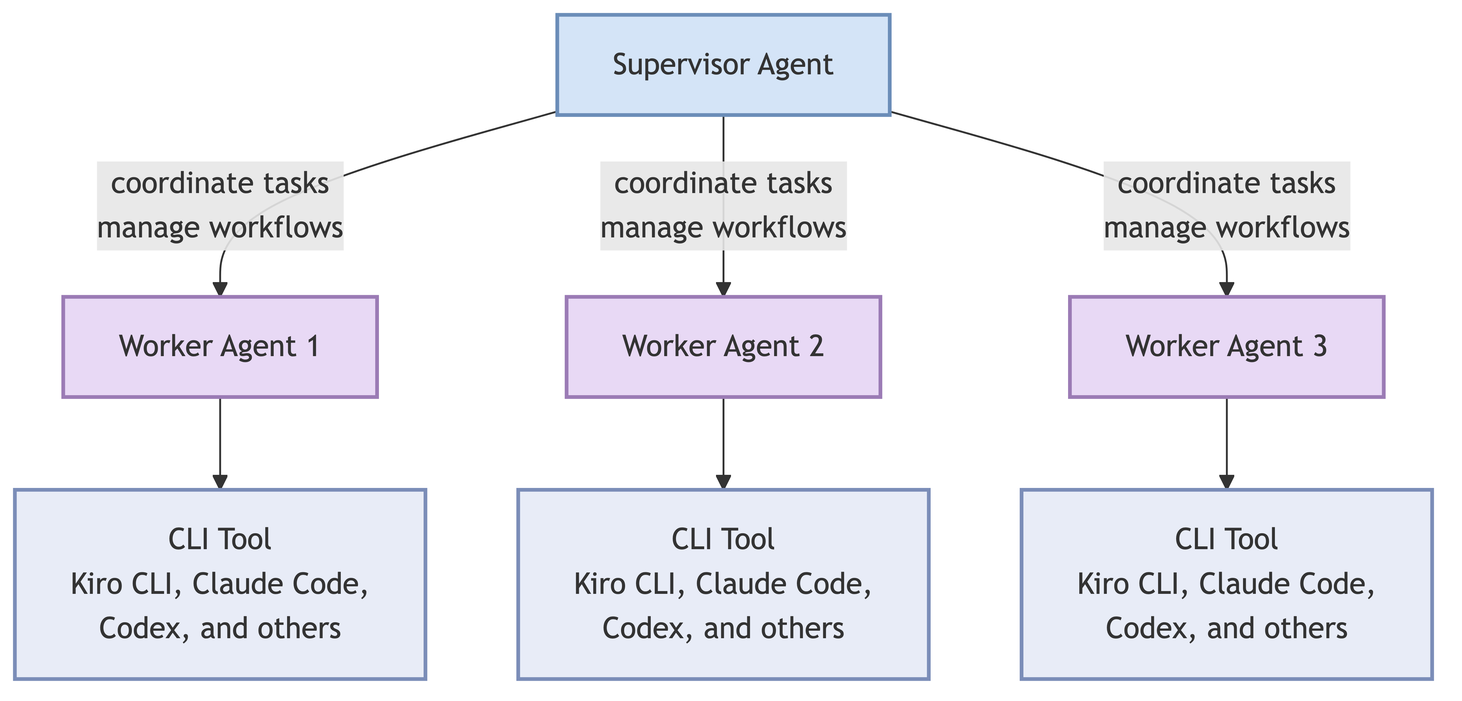
This is docs/assets/cao_architecture.png from awslabs/cli-agent-orchestrator, a Mermaid export, as it was before one commit. Its source is kept beside it as docs/assets/cao_architecture.mmd. Source of this version:
```mermaid
graph TD
    A[Supervisor Agent]

    A -->|coordinate tasks<br/>manage workflows| B[Worker Agent 1]
    A -->|coordinate tasks<br/>manage workflows| C[Worker Agent 2]
    A -->|coordinate tasks<br/>manage workflows| D[Worker Agent 3]

    B --> E[CLI Tool<br/>Kiro CLI, Claude Code,<br/>Codex, and others]
    C --> F[CLI Tool<br/>Kiro CLI, Claude Code,<br/>Codex, and others]
    D --> G[CLI Tool<br/>Kiro CLI, Claude Code,<br/>Codex, and others]

    style A fill:#d4e4f7,stroke:#6b8db8,stroke-width:2px
    style B fill:#e8d9f5,stroke:#9b7bb5,stroke-width:2px
    style C fill:#e8d9f5,stroke:#9b7bb5,stroke-width:2px
    style D fill:#e8d9f5,stroke:#9b7bb5,stroke-width:2px
    style E fill:#e8ecf7,stroke:#7b8db8,stroke-width:2px
    style F fill:#e8ecf7,stroke:#7b8db8,stroke-width:2px
    style G fill:#e8ecf7,stroke:#7b8db8,stroke-width:2px
```
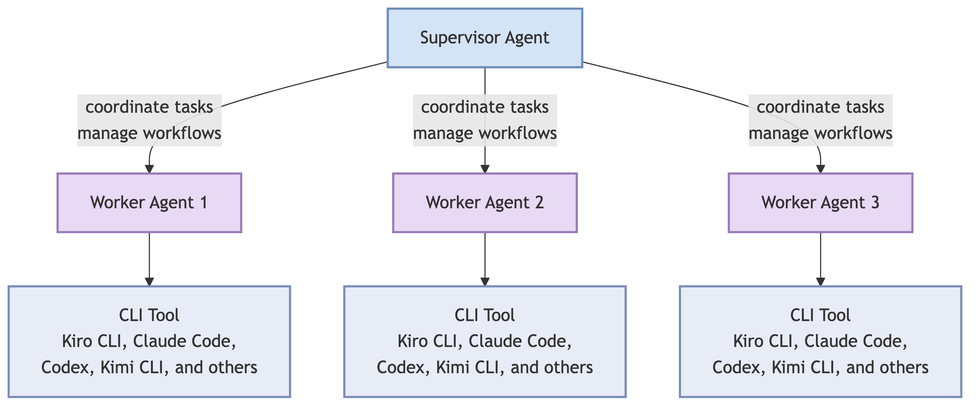
After the change.

The edit, as a diff of the source:
```diff
@@ -5,9 +5,9 @@
     A -->|coordinate tasks<br/>manage workflows| C[Worker Agent 2]
     A -->|coordinate tasks<br/>manage workflows| D[Worker Agent 3]
 
-    B --> E[CLI Tool<br/>Kiro CLI, Claude Code,<br/>Codex, and others]
-    C --> F[CLI Tool<br/>Kiro CLI, Claude Code,<br/>Codex, and others]
-    D --> G[CLI Tool<br/>Kiro CLI, Claude Code,<br/>Codex, and others]
+    B --> E[CLI Tool<br/>Kiro CLI, Claude Code,<br/>Codex, Kimi CLI, and others]
+    C --> F[CLI Tool<br/>Kiro CLI, Claude Code,<br/>Codex, Kimi CLI, and others]
+    D --> G[CLI Tool<br/>Kiro CLI, Claude Code,<br/>Codex, Kimi CLI, and others]
 
     style A fill:#d4e4f7,stroke:#6b8db8,stroke-width:2px
     style B fill:#e8d9f5,stroke:#9b7bb5,stroke-width:2px
```
